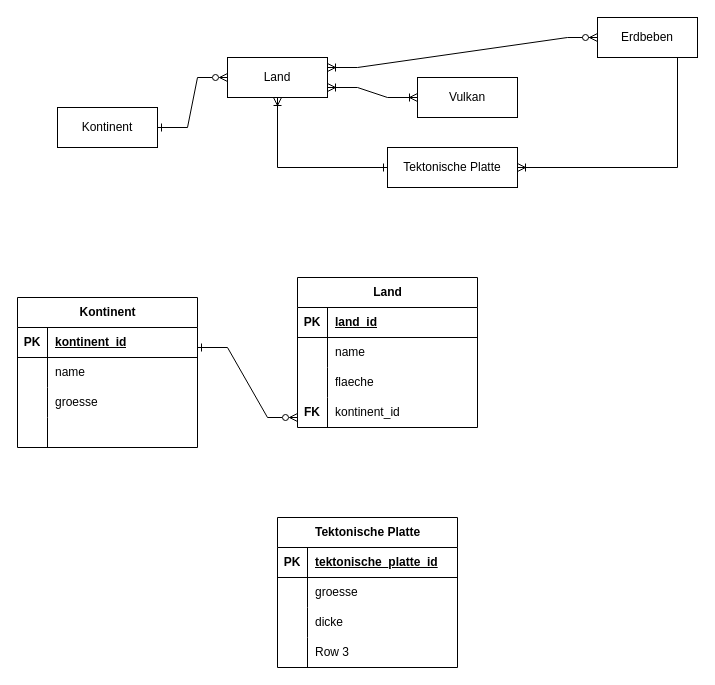
This is page "Page-1" (1 of 2) of erd-vulkane.drawio from ThronKatze0/shock-clock, a draw.io file, before an edit. Source tidied: cells renumbered, new cells numbered last; positions are measured from the earlier drawing's top-left corner, leaving out a move shared by most shapes. Both pictures are drawn from the tidied source at 100%, with x=0, y=0 at pixel (17, 17).
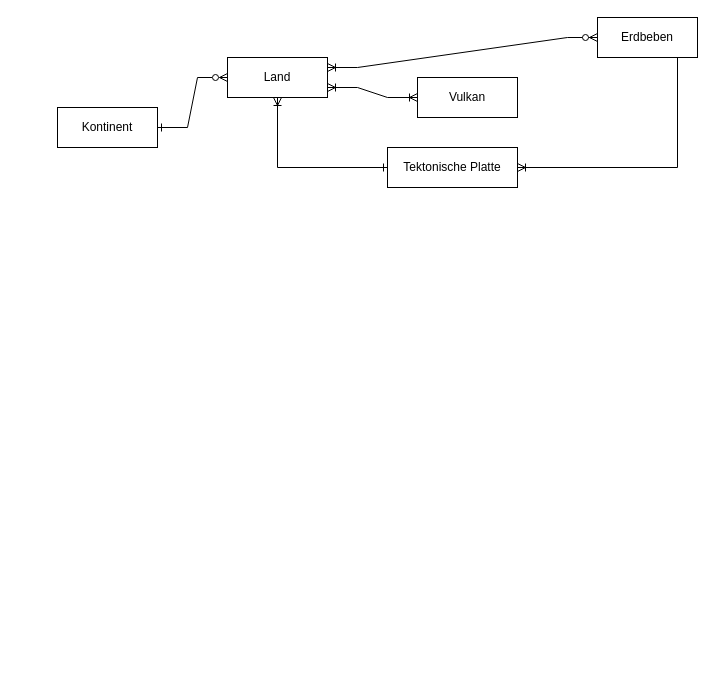
Above is the later version.

Diff of the diagram source:
```diff
@@
-    <mxCell id="12" value="Kontinent" style="shape=table;startSize=30;childLayout=tableLayout;rowLines=0;fontStyle=1;align=center;html=1;" parent="1" vertex="1">
-      <mxGeometry y="280" width="180" height="150" as="geometry" />
-    </mxCell>
-    <mxCell id="13" style="shape=tableRow;horizontal=0;startSize=0;swimlaneHead=0;swimlaneBody=0;fillColor=none;top=0;left=0;right=0;bottom=1;" parent="12" vertex="1">
-      <mxGeometry y="30" width="180" height="30" as="geometry" />
-    </mxCell>
-    <mxCell id="14" value="PK" style="shape=partialRectangle;fillColor=none;top=0;left=0;bottom=0;right=0;fontStyle=1;overflow=hidden;whiteSpace=wrap;html=1;" parent="13" vertex="1">
-      <mxGeometry width="30" height="30" as="geometry" />
-    </mxCell>
-    <mxCell id="15" value="kontinent_id" style="shape=partialRectangle;fillColor=none;top=0;left=0;bottom=0;right=0;align=left;spacingLeft=6;fontStyle=5;overflow=hidden;whiteSpace=wrap;html=1;" parent="13" vertex="1">
-      <mxGeometry x="30" width="150" height="30" as="geometry" />
-    </mxCell>
-    <mxCell id="16" style="shape=tableRow;horizontal=0;startSize=0;swimlaneHead=0;swimlaneBody=0;fillColor=none;top=0;left=0;right=0;bottom=0;" parent="12" vertex="1">
-      <mxGeometry y="60" width="180" height="30" as="geometry" />
-    </mxCell>
-    <mxCell id="17" style="shape=partialRectangle;fillColor=none;top=0;left=0;bottom=0;right=0;overflow=hidden;whiteSpace=wrap;html=1;" parent="16" vertex="1">
-      <mxGeometry width="30" height="30" as="geometry" />
-    </mxCell>
-    <mxCell id="18" value="name" style="shape=partialRectangle;fillColor=none;top=0;left=0;bottom=0;right=0;align=left;spacingLeft=6;overflow=hidden;whiteSpace=wrap;html=1;" parent="16" vertex="1">
-      <mxGeometry x="30" width="150" height="30" as="geometry" />
-    </mxCell>
-    <mxCell id="19" style="shape=tableRow;horizontal=0;startSize=0;swimlaneHead=0;swimlaneBody=0;fillColor=none;top=0;left=0;right=0;bottom=0;" parent="12" vertex="1">
-      <mxGeometry y="90" width="180" height="30" as="geometry" />
-    </mxCell>
-    <mxCell id="20" style="shape=partialRectangle;fillColor=none;top=0;left=0;bottom=0;right=0;overflow=hidden;whiteSpace=wrap;html=1;" parent="19" vertex="1">
-      <mxGeometry width="30" height="30" as="geometry" />
-    </mxCell>
-    <mxCell id="21" value="groesse" style="shape=partialRectangle;fillColor=none;top=0;left=0;bottom=0;right=0;align=left;spacingLeft=6;overflow=hidden;whiteSpace=wrap;html=1;" parent="19" vertex="1">
-      <mxGeometry x="30" width="150" height="30" as="geometry" />
-    </mxCell>
-    <mxCell id="22" style="shape=tableRow;horizontal=0;startSize=0;swimlaneHead=0;swimlaneBody=0;fillColor=none;top=0;left=0;right=0;bottom=0;" parent="12" vertex="1">
-      <mxGeometry y="120" width="180" height="30" as="geometry" />
-    </mxCell>
-    <mxCell id="23" style="shape=partialRectangle;fillColor=none;top=0;left=0;bottom=0;right=0;overflow=hidden;whiteSpace=wrap;html=1;" parent="22" vertex="1">
-      <mxGeometry width="30" height="30" as="geometry" />
-    </mxCell>
-    <mxCell id="24" style="shape=partialRectangle;fillColor=none;top=0;left=0;bottom=0;right=0;align=left;spacingLeft=6;overflow=hidden;whiteSpace=wrap;html=1;" parent="22" vertex="1">
-      <mxGeometry x="30" width="150" height="30" as="geometry" />
-    </mxCell>
-    <mxCell id="25" value="Land" style="shape=table;startSize=30;childLayout=tableLayout;rowLines=0;fontStyle=1;align=center;html=1;" parent="1" vertex="1">
-      <mxGeometry x="280" y="260" width="180" height="150" as="geometry" />
-    </mxCell>
-    <mxCell id="26" style="shape=tableRow;horizontal=0;startSize=0;swimlaneHead=0;swimlaneBody=0;fillColor=none;top=0;left=0;right=0;bottom=1;" parent="25" vertex="1">
-      <mxGeometry y="30" width="180" height="30" as="geometry" />
-    </mxCell>
-    <mxCell id="27" value="PK" style="shape=partialRectangle;fillColor=none;top=0;left=0;bottom=0;right=0;fontStyle=1;overflow=hidden;whiteSpace=wrap;html=1;" parent="26" vertex="1">
-      <mxGeometry width="30" height="30" as="geometry" />
-    </mxCell>
-    <mxCell id="28" value="land_id" style="shape=partialRectangle;fillColor=none;top=0;left=0;bottom=0;right=0;align=left;spacingLeft=6;fontStyle=5;overflow=hidden;whiteSpace=wrap;html=1;" parent="26" vertex="1">
-      <mxGeometry x="30" width="150" height="30" as="geometry" />
-    </mxCell>
-    <mxCell id="29" style="shape=tableRow;horizontal=0;startSize=0;swimlaneHead=0;swimlaneBody=0;fillColor=none;top=0;left=0;right=0;bottom=0;" parent="25" vertex="1">
-      <mxGeometry y="60" width="180" height="30" as="geometry" />
-    </mxCell>
-    <mxCell id="30" style="shape=partialRectangle;fillColor=none;top=0;left=0;bottom=0;right=0;overflow=hidden;whiteSpace=wrap;html=1;" parent="29" vertex="1">
-      <mxGeometry width="30" height="30" as="geometry" />
-    </mxCell>
-    <mxCell id="31" value="name" style="shape=partialRectangle;fillColor=none;top=0;left=0;bottom=0;right=0;align=left;spacingLeft=6;overflow=hidden;whiteSpace=wrap;html=1;" parent="29" vertex="1">
-      <mxGeometry x="30" width="150" height="30" as="geometry" />
-    </mxCell>
-    <mxCell id="32" style="shape=tableRow;horizontal=0;startSize=0;swimlaneHead=0;swimlaneBody=0;fillColor=none;top=0;left=0;right=0;bottom=0;" parent="25" vertex="1">
-      <mxGeometry y="90" width="180" height="30" as="geometry" />
-    </mxCell>
-    <mxCell id="33" style="shape=partialRectangle;fillColor=none;top=0;left=0;bottom=0;right=0;overflow=hidden;whiteSpace=wrap;html=1;" parent="32" vertex="1">
-      <mxGeometry width="30" height="30" as="geometry" />
-    </mxCell>
-    <mxCell id="34" value="flaeche" style="shape=partialRectangle;fillColor=none;top=0;left=0;bottom=0;right=0;align=left;spacingLeft=6;overflow=hidden;whiteSpace=wrap;html=1;" parent="32" vertex="1">
-      <mxGeometry x="30" width="150" height="30" as="geometry" />
-    </mxCell>
-    <mxCell id="35" style="shape=tableRow;horizontal=0;startSize=0;swimlaneHead=0;swimlaneBody=0;fillColor=none;top=0;left=0;right=0;bottom=0;" parent="25" vertex="1">
-      <mxGeometry y="120" width="180" height="30" as="geometry" />
-    </mxCell>
-    <mxCell id="36" style="shape=partialRectangle;fillColor=none;top=0;left=0;bottom=0;right=0;overflow=hidden;whiteSpace=wrap;html=1;" parent="35" vertex="1">
-      <mxGeometry width="30" height="30" as="geometry" />
-    </mxCell>
-    <mxCell id="37" value="kontinent_id" style="shape=partialRectangle;fillColor=none;top=0;left=0;bottom=0;right=0;align=left;spacingLeft=6;overflow=hidden;whiteSpace=wrap;html=1;" parent="35" vertex="1">
-      <mxGeometry x="30" width="150" height="30" as="geometry" />
-    </mxCell>
-    <mxCell id="38" style="edgeStyle=entityRelationEdgeStyle;fontSize=12;html=1;endArrow=ERzeroToMany;endFill=0;rounded=0;startArrow=ERone;startFill=0;" parent="1" edge="1">
-      <mxGeometry relative="1" as="geometry">
-        <mxPoint x="180" y="330" as="sourcePoint" />
-        <mxPoint x="280" y="400" as="targetPoint" />
-      </mxGeometry>
-    </mxCell>
-    <mxCell id="39" value="FK" style="shape=partialRectangle;fillColor=none;top=0;left=0;bottom=0;right=0;fontStyle=1;overflow=hidden;whiteSpace=wrap;html=1;" parent="1" vertex="1">
-      <mxGeometry x="280" y="380" width="30" height="30" as="geometry" />
-    </mxCell>
-    <mxCell id="40" value="Tektonische Platte" style="shape=table;startSize=30;childLayout=tableLayout;rowLines=0;fontStyle=1;align=center;html=1;" parent="1" vertex="1">
-      <mxGeometry x="260" y="500" width="180" height="150" as="geometry" />
-    </mxCell>
-    <mxCell id="41" style="shape=tableRow;horizontal=0;startSize=0;swimlaneHead=0;swimlaneBody=0;fillColor=none;top=0;left=0;right=0;bottom=1;" parent="40" vertex="1">
-      <mxGeometry y="30" width="180" height="30" as="geometry" />
-    </mxCell>
-    <mxCell id="42" value="PK" style="shape=partialRectangle;fillColor=none;top=0;left=0;bottom=0;right=0;fontStyle=1;overflow=hidden;whiteSpace=wrap;html=1;" parent="41" vertex="1">
-      <mxGeometry width="30" height="30" as="geometry" />
-    </mxCell>
-    <mxCell id="43" value="tektonische_platte_id" style="shape=partialRectangle;fillColor=none;top=0;left=0;bottom=0;right=0;align=left;spacingLeft=6;fontStyle=5;overflow=hidden;whiteSpace=wrap;html=1;" parent="41" vertex="1">
-      <mxGeometry x="30" width="150" height="30" as="geometry" />
-    </mxCell>
-    <mxCell id="44" style="shape=tableRow;horizontal=0;startSize=0;swimlaneHead=0;swimlaneBody=0;fillColor=none;top=0;left=0;right=0;bottom=0;" parent="40" vertex="1">
-      <mxGeometry y="60" width="180" height="30" as="geometry" />
-    </mxCell>
-    <mxCell id="45" style="shape=partialRectangle;fillColor=none;top=0;left=0;bottom=0;right=0;overflow=hidden;whiteSpace=wrap;html=1;" parent="44" vertex="1">
-      <mxGeometry width="30" height="30" as="geometry" />
-    </mxCell>
-    <mxCell id="46" value="groesse" style="shape=partialRectangle;fillColor=none;top=0;left=0;bottom=0;right=0;align=left;spacingLeft=6;overflow=hidden;whiteSpace=wrap;html=1;" parent="44" vertex="1">
-      <mxGeometry x="30" width="150" height="30" as="geometry" />
-    </mxCell>
-    <mxCell id="47" style="shape=tableRow;horizontal=0;startSize=0;swimlaneHead=0;swimlaneBody=0;fillColor=none;top=0;left=0;right=0;bottom=0;" parent="40" vertex="1">
-      <mxGeometry y="90" width="180" height="30" as="geometry" />
-    </mxCell>
-    <mxCell id="48" style="shape=partialRectangle;fillColor=none;top=0;left=0;bottom=0;right=0;overflow=hidden;whiteSpace=wrap;html=1;" parent="47" vertex="1">
-      <mxGeometry width="30" height="30" as="geometry" />
-    </mxCell>
-    <mxCell id="49" value="dicke" style="shape=partialRectangle;fillColor=none;top=0;left=0;bottom=0;right=0;align=left;spacingLeft=6;overflow=hidden;whiteSpace=wrap;html=1;" parent="47" vertex="1">
-      <mxGeometry x="30" width="150" height="30" as="geometry" />
-    </mxCell>
-    <mxCell id="50" style="shape=tableRow;horizontal=0;startSize=0;swimlaneHead=0;swimlaneBody=0;fillColor=none;top=0;left=0;right=0;bottom=0;" parent="40" vertex="1">
-      <mxGeometry y="120" width="180" height="30" as="geometry" />
-    </mxCell>
-    <mxCell id="51" style="shape=partialRectangle;fillColor=none;top=0;left=0;bottom=0;right=0;overflow=hidden;whiteSpace=wrap;html=1;" parent="50" vertex="1">
-      <mxGeometry width="30" height="30" as="geometry" />
-    </mxCell>
-    <mxCell id="52" value="Row 3" style="shape=partialRectangle;fillColor=none;top=0;left=0;bottom=0;right=0;align=left;spacingLeft=6;overflow=hidden;whiteSpace=wrap;html=1;" parent="50" vertex="1">
-      <mxGeometry x="30" width="150" height="30" as="geometry" />
-    </mxCell>
```
